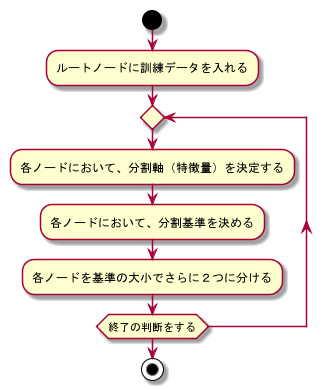
Before: out/ai/decision_tree.png, a diagram exported from PlantUML (HirotoSAKAHARA/HirotoSAKAHARA.github.io).
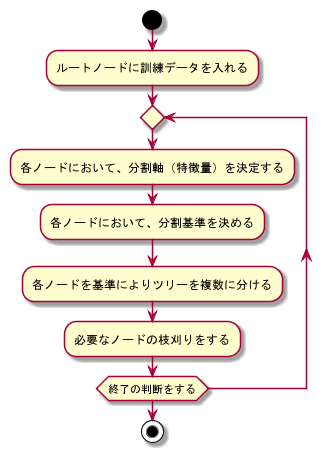
Later version of the same file.

The edit, as a diff of the source:
```diff
@@ -4,7 +4,8 @@
 repeat
 :各ノードにおいて、分割軸（特徴量）を決定する;
 :各ノードにおいて、分割基準を決める;
-:各ノードを基準の大小でさらに２つに分ける;
+:各ノードを基準によりツリーを複数に分ける;
+:必要なノードの枝刈りをする;
 repeat while(終了の判断をする)
 stop
 skinparam backgroundColor transparent
```
